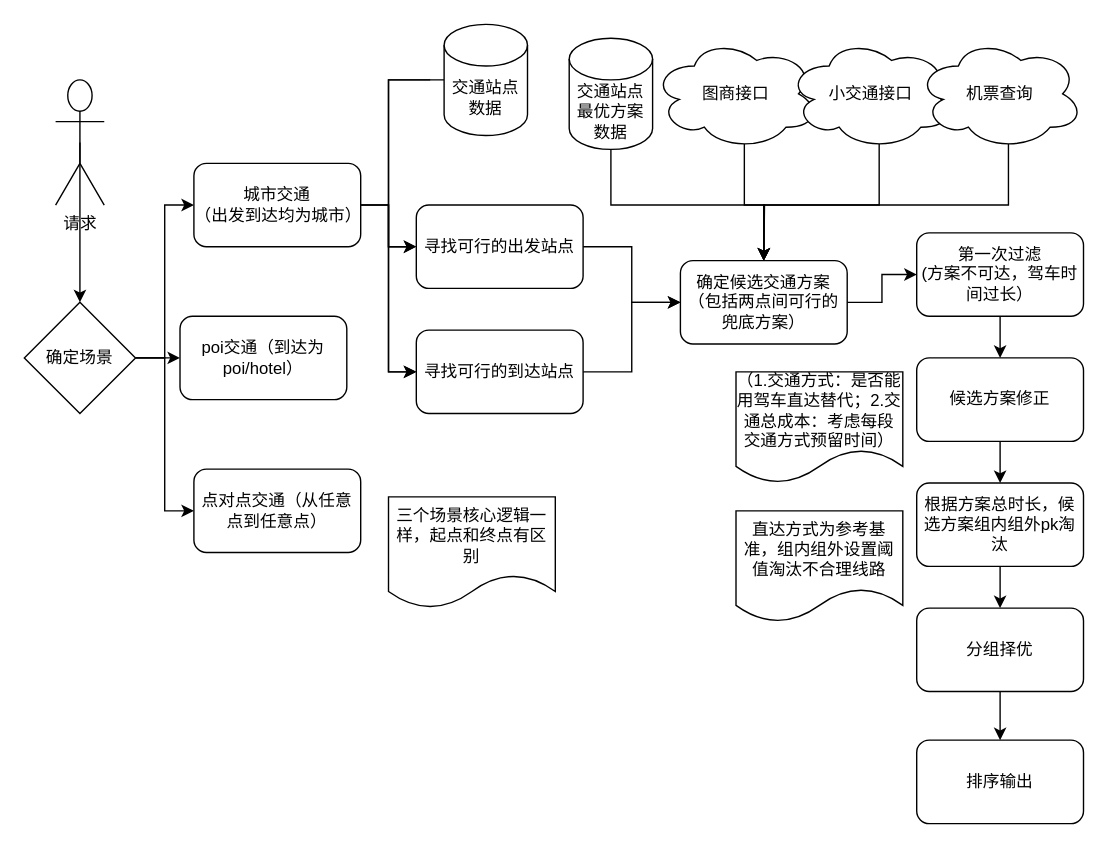
The draw.io diagram page "大交通逻辑" (3 of 3) of 大小交通架构设计.drawio in tsafo/demo, before the edit. Source tidied: cells renumbered, new cells numbered last; positions are measured from the earlier drawing's top-left corner, leaving out a move shared by most shapes. Both pictures are drawn from the tidied source at 139%, with x=0, y=0 at pixel (24, 24).
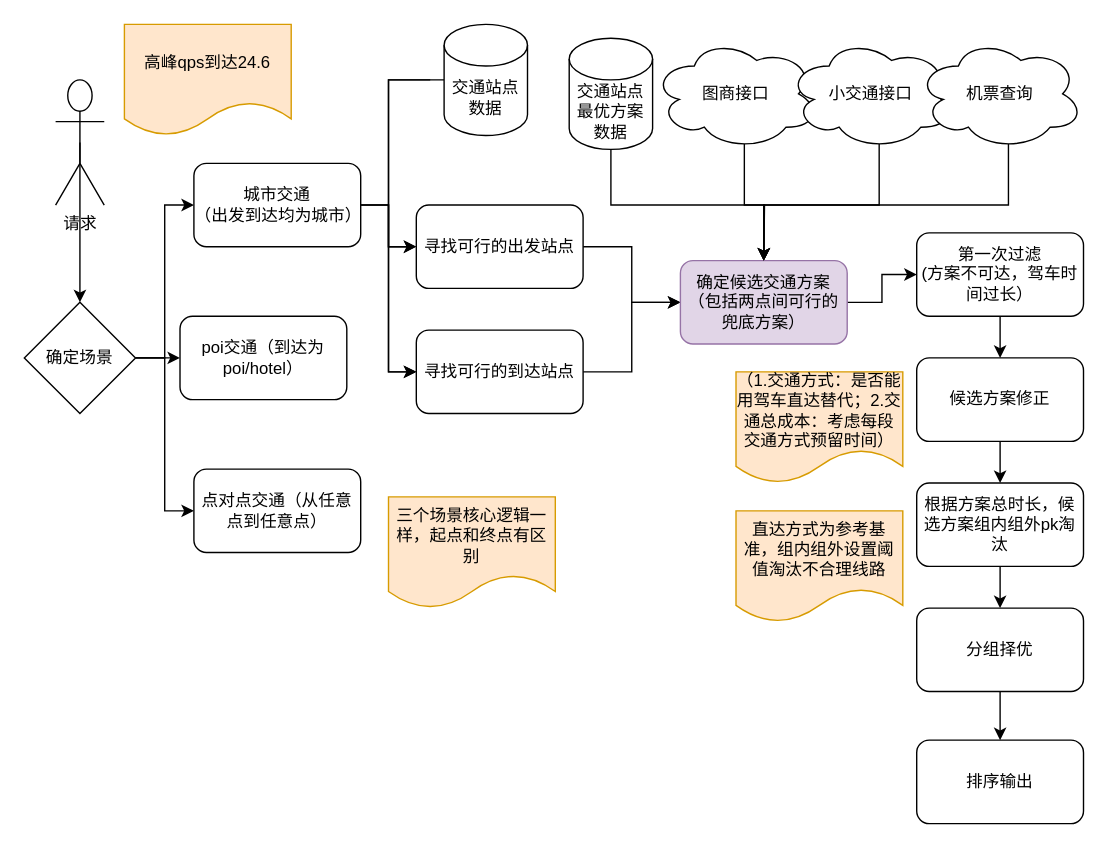
The same page after the edit.

What changed in the source:
```diff
@@
-    <mxCell id="16" value="确定候选交通方案（包括两点间可行的兜底方案）" style="rounded=1;whiteSpace=wrap;html=1;" parent="1" vertex="1">
+    <mxCell id="16" value="确定候选交通方案（包括两点间可行的兜底方案）" style="rounded=1;whiteSpace=wrap;html=1;fillColor=#e1d5e7;strokeColor=#9673a6;" parent="1" vertex="1">
       <mxGeometry x="472" y="170" width="120" height="60" as="geometry" />
     </mxCell>
@@
-    <mxCell id="30" value="（1.交通方式：是否能用驾车直达替代；2.交通总成本：考虑每段交通方式预留时间）" style="shape=document;whiteSpace=wrap;html=1;boundedLbl=1;" parent="1" vertex="1">
+    <mxCell id="30" value="（1.交通方式：是否能用驾车直达替代；2.交通总成本：考虑每段交通方式预留时间）" style="shape=document;whiteSpace=wrap;html=1;boundedLbl=1;fillColor=#ffe6cc;strokeColor=#d79b00;" parent="1" vertex="1">
       <mxGeometry x="512" y="250" width="120" height="80" as="geometry" />
     </mxCell>
@@
-    <mxCell id="35" value="直达方式为参考基准，组内组外设置阈值淘汰不合理线路" style="shape=document;whiteSpace=wrap;html=1;boundedLbl=1;" parent="1" vertex="1">
+    <mxCell id="35" value="直达方式为参考基准，组内组外设置阈值淘汰不合理线路" style="shape=document;whiteSpace=wrap;html=1;boundedLbl=1;fillColor=#ffe6cc;strokeColor=#d79b00;" parent="1" vertex="1">
       <mxGeometry x="512" y="350" width="120" height="80" as="geometry" />
     </mxCell>
@@
-    <mxCell id="39" value="三个场景核心逻辑一样，起点和终点有区别" style="shape=document;whiteSpace=wrap;html=1;boundedLbl=1;" parent="1" vertex="1">
+    <mxCell id="39" value="三个场景核心逻辑一样，起点和终点有区别" style="shape=document;whiteSpace=wrap;html=1;boundedLbl=1;fillColor=#ffe6cc;strokeColor=#d79b00;" parent="1" vertex="1">
       <mxGeometry x="262" y="340" width="120" height="80" as="geometry" />
     </mxCell>
@@
+    <mxCell id="42" value="高峰qps到达24.6" style="shape=document;whiteSpace=wrap;html=1;boundedLbl=1;fillColor=#ffe6cc;strokeColor=#d79b00;" parent="1" vertex="1">
+      <mxGeometry x="72" width="120" height="80" as="geometry" />
+    </mxCell>
```
